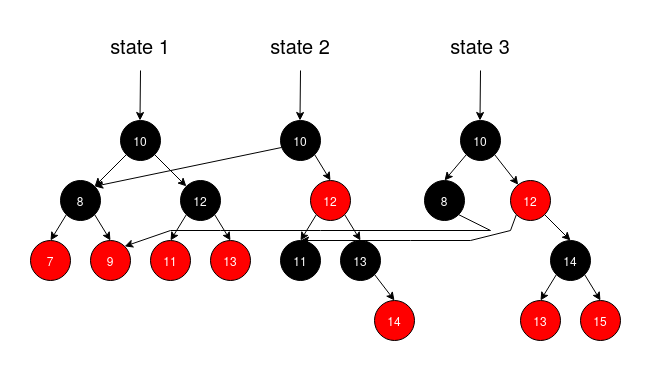
Earlier version of the draw.io export images/不可變紅黑樹.png (MROS/ntu-thesis). Source tidied: cells renumbered, new cells last; positions are measured from the earlier drawing's top-left corner, leaving out a move shared by most shapes. Its diagram source:
```xml
<mxGraphModel>
  <root>
    <mxCell id="0" />
    <mxCell id="1" parent="0" />
    <mxCell id="2" style="rounded=0;jettySize=auto;html=1;exitX=0;exitY=1;exitDx=0;exitDy=0;entryX=1;entryY=0;entryDx=0;entryDy=0;" parent="1" edge="1" source="4" target="7">
      <mxGeometry relative="1" as="geometry" />
    </mxCell>
    <mxCell id="3" style="edgeStyle=none;rounded=0;jettySize=auto;html=1;exitX=1;exitY=1;exitDx=0;exitDy=0;entryX=0;entryY=0;entryDx=0;entryDy=0;" parent="1" edge="1" source="4" target="10">
      <mxGeometry relative="1" as="geometry" />
    </mxCell>
    <mxCell id="4" value="&lt;font color=&quot;#FFFFFF&quot;&gt;10&lt;/font&gt;" style="ellipse;whiteSpace=wrap;html=1;fillColor=#000000;" parent="1" vertex="1">
      <mxGeometry x="90" y="90" width="40" height="40" as="geometry" />
    </mxCell>
    <mxCell id="5" style="edgeStyle=none;rounded=0;jettySize=auto;html=1;exitX=0;exitY=1;exitDx=0;exitDy=0;entryX=0.5;entryY=0;entryDx=0;entryDy=0;" parent="1" edge="1" source="7" target="11">
      <mxGeometry relative="1" as="geometry" />
    </mxCell>
    <mxCell id="6" style="edgeStyle=none;rounded=0;jettySize=auto;html=1;exitX=1;exitY=1;exitDx=0;exitDy=0;entryX=0.5;entryY=0;entryDx=0;entryDy=0;" parent="1" edge="1" source="7" target="12">
      <mxGeometry relative="1" as="geometry" />
    </mxCell>
    <mxCell id="7" value="&lt;font color=&quot;#FFFFFF&quot;&gt;8&lt;/font&gt;" style="ellipse;whiteSpace=wrap;html=1;fillColor=#000000;" parent="1" vertex="1">
      <mxGeometry x="30" y="150" width="40" height="40" as="geometry" />
    </mxCell>
    <mxCell id="8" style="edgeStyle=none;rounded=0;jettySize=auto;html=1;exitX=0;exitY=1;exitDx=0;exitDy=0;entryX=0.5;entryY=0;entryDx=0;entryDy=0;" parent="1" edge="1" source="10" target="13">
      <mxGeometry relative="1" as="geometry" />
    </mxCell>
    <mxCell id="9" style="edgeStyle=none;rounded=0;jettySize=auto;html=1;exitX=1;exitY=1;exitDx=0;exitDy=0;entryX=0.5;entryY=0;entryDx=0;entryDy=0;" parent="1" edge="1" source="10" target="14">
      <mxGeometry relative="1" as="geometry" />
    </mxCell>
    <mxCell id="10" value="&lt;font color=&quot;#FFFFFF&quot;&gt;12&lt;/font&gt;" style="ellipse;whiteSpace=wrap;html=1;fillColor=#000000;" parent="1" vertex="1">
      <mxGeometry x="150" y="150" width="40" height="40" as="geometry" />
    </mxCell>
    <mxCell id="11" value="&lt;font color=&quot;#FFFFFF&quot;&gt;7&lt;/font&gt;" style="ellipse;whiteSpace=wrap;html=1;fillColor=#FF0000;" parent="1" vertex="1">
      <mxGeometry y="210" width="40" height="40" as="geometry" />
    </mxCell>
    <mxCell id="12" value="&lt;font color=&quot;#FFFFFF&quot;&gt;9&lt;/font&gt;" style="ellipse;whiteSpace=wrap;html=1;fillColor=#FF0000;" parent="1" vertex="1">
      <mxGeometry x="60" y="210" width="40" height="40" as="geometry" />
    </mxCell>
    <mxCell id="13" value="&lt;font color=&quot;#FFFFFF&quot;&gt;11&lt;/font&gt;" style="ellipse;whiteSpace=wrap;html=1;fillColor=#FF0000;" parent="1" vertex="1">
      <mxGeometry x="120" y="210" width="40" height="40" as="geometry" />
    </mxCell>
    <mxCell id="14" value="&lt;font color=&quot;#FFFFFF&quot;&gt;13&lt;/font&gt;" style="ellipse;whiteSpace=wrap;html=1;fillColor=#FF0000;" parent="1" vertex="1">
      <mxGeometry x="180" y="210" width="40" height="40" as="geometry" />
    </mxCell>
    <mxCell id="15" style="endArrow=classic;html=1;" parent="1" edge="1">
      <mxGeometry relative="1" as="geometry">
        <mxPoint x="110" y="40" as="sourcePoint" />
        <mxPoint x="109.5" y="90" as="targetPoint" />
      </mxGeometry>
    </mxCell>
    <mxCell id="16" style="edgeStyle=none;rounded=0;jettySize=auto;html=1;exitX=1;exitY=1;exitDx=0;exitDy=0;entryX=0.5;entryY=0;entryDx=0;entryDy=0;" parent="1" edge="1" source="18" target="21">
      <mxGeometry relative="1" as="geometry" />
    </mxCell>
    <mxCell id="17" style="edgeStyle=none;rounded=0;jettySize=auto;html=1;exitX=0.025;exitY=0.675;exitDx=0;exitDy=0;entryX=1;entryY=0;entryDx=0;entryDy=0;exitPerimeter=0;" parent="1" edge="1" source="18" target="7">
      <mxGeometry relative="1" as="geometry" />
    </mxCell>
    <mxCell id="18" value="&lt;font color=&quot;#FFFFFF&quot;&gt;10&lt;/font&gt;" style="ellipse;whiteSpace=wrap;html=1;fillColor=#000000;" parent="1" vertex="1">
      <mxGeometry x="250" y="90" width="40" height="40" as="geometry" />
    </mxCell>
    <mxCell id="19" style="edgeStyle=none;rounded=0;jettySize=auto;html=1;exitX=1;exitY=1;exitDx=0;exitDy=0;entryX=0.5;entryY=0;entryDx=0;entryDy=0;" parent="1" edge="1" source="21" target="23">
      <mxGeometry relative="1" as="geometry" />
    </mxCell>
    <mxCell id="20" style="edgeStyle=none;rounded=0;jettySize=auto;html=1;entryX=0.5;entryY=0;entryDx=0;entryDy=0;exitX=0;exitY=1;exitDx=0;exitDy=0;" parent="1" edge="1" source="21" target="26">
      <mxGeometry relative="1" as="geometry" />
    </mxCell>
    <mxCell id="21" value="&lt;font color=&quot;#FFFFFF&quot;&gt;12&lt;/font&gt;" style="ellipse;whiteSpace=wrap;html=1;fillColor=#FF0000;" parent="1" vertex="1">
      <mxGeometry x="280" y="150" width="40" height="40" as="geometry" />
    </mxCell>
    <mxCell id="22" style="edgeStyle=none;rounded=0;jettySize=auto;html=1;exitX=1;exitY=1;exitDx=0;exitDy=0;entryX=0.5;entryY=0;entryDx=0;entryDy=0;" parent="1" edge="1" source="23" target="25">
      <mxGeometry relative="1" as="geometry" />
    </mxCell>
    <mxCell id="23" value="&lt;font color=&quot;#FFFFFF&quot;&gt;13&lt;/font&gt;" style="ellipse;whiteSpace=wrap;html=1;fillColor=#000000;" parent="1" vertex="1">
      <mxGeometry x="310" y="210" width="40" height="40" as="geometry" />
    </mxCell>
    <mxCell id="24" style="endArrow=classic;html=1;" parent="1" edge="1">
      <mxGeometry relative="1" as="geometry">
        <mxPoint x="270" y="40" as="sourcePoint" />
        <mxPoint x="269.5" y="90" as="targetPoint" />
      </mxGeometry>
    </mxCell>
    <mxCell id="25" value="&lt;font color=&quot;#FFFFFF&quot;&gt;14&lt;/font&gt;" style="ellipse;whiteSpace=wrap;html=1;fillColor=#FF0000;" parent="1" vertex="1">
      <mxGeometry x="344" y="270" width="40" height="40" as="geometry" />
    </mxCell>
    <mxCell id="26" value="&lt;font color=&quot;#FFFFFF&quot;&gt;11&lt;/font&gt;" style="ellipse;whiteSpace=wrap;html=1;fillColor=#000000;" parent="1" vertex="1">
      <mxGeometry x="250" y="210" width="40" height="40" as="geometry" />
    </mxCell>
    <mxCell id="27" style="edgeStyle=none;rounded=0;jettySize=auto;html=1;exitX=0;exitY=1;exitDx=0;exitDy=0;entryX=0.5;entryY=0;entryDx=0;entryDy=0;" parent="1" edge="1" source="29" target="32">
      <mxGeometry relative="1" as="geometry" />
    </mxCell>
    <mxCell id="28" style="edgeStyle=none;rounded=0;jettySize=auto;html=1;exitX=1;exitY=1;exitDx=0;exitDy=0;" parent="1" edge="1" source="29" target="35">
      <mxGeometry relative="1" as="geometry" />
    </mxCell>
    <mxCell id="29" value="&lt;font color=&quot;#FFFFFF&quot;&gt;10&lt;/font&gt;" style="ellipse;whiteSpace=wrap;html=1;fillColor=#000000;" parent="1" vertex="1">
      <mxGeometry x="430" y="90" width="40" height="40" as="geometry" />
    </mxCell>
    <mxCell id="30" style="endArrow=classic;html=1;" parent="1" edge="1">
      <mxGeometry relative="1" as="geometry">
        <mxPoint x="450" y="40" as="sourcePoint" />
        <mxPoint x="449.5" y="90" as="targetPoint" />
      </mxGeometry>
    </mxCell>
    <mxCell id="31" style="edgeStyle=none;rounded=0;jettySize=auto;html=1;exitX=1;exitY=1;exitDx=0;exitDy=0;entryX=1;entryY=0;entryDx=0;entryDy=0;" parent="1" edge="1" source="32" target="12">
      <mxGeometry relative="1" as="geometry">
        <Array as="points">
          <mxPoint x="460" y="200" />
          <mxPoint x="290" y="200" />
          <mxPoint x="190" y="200" />
          <mxPoint x="140" y="200" />
        </Array>
      </mxGeometry>
    </mxCell>
    <mxCell id="32" value="&lt;font color=&quot;#FFFFFF&quot;&gt;8&lt;/font&gt;" style="ellipse;whiteSpace=wrap;html=1;fillColor=#000000;" parent="1" vertex="1">
      <mxGeometry x="394" y="150" width="40" height="40" as="geometry" />
    </mxCell>
    <mxCell id="33" style="edgeStyle=none;rounded=0;jettySize=auto;html=1;exitX=0;exitY=1;exitDx=0;exitDy=0;entryX=0.5;entryY=0;entryDx=0;entryDy=0;" parent="1" edge="1" source="35" target="26">
      <mxGeometry relative="1" as="geometry">
        <Array as="points">
          <mxPoint x="480" y="200" />
          <mxPoint x="440" y="210" />
          <mxPoint x="380" y="210" />
        </Array>
      </mxGeometry>
    </mxCell>
    <mxCell id="34" style="edgeStyle=none;rounded=0;jettySize=auto;html=1;exitX=1;exitY=1;exitDx=0;exitDy=0;entryX=0.5;entryY=0;entryDx=0;entryDy=0;" parent="1" edge="1" source="35" target="39">
      <mxGeometry relative="1" as="geometry" />
    </mxCell>
    <mxCell id="35" value="&lt;font color=&quot;#FFFFFF&quot;&gt;12&lt;/font&gt;" style="ellipse;whiteSpace=wrap;html=1;fillColor=#FF0000;" parent="1" vertex="1">
      <mxGeometry x="480" y="150" width="40" height="40" as="geometry" />
    </mxCell>
    <mxCell id="36" value="&lt;font color=&quot;#FFFFFF&quot;&gt;13&lt;/font&gt;" style="ellipse;whiteSpace=wrap;html=1;fillColor=#FF0000;" parent="1" vertex="1">
      <mxGeometry x="490" y="270" width="40" height="40" as="geometry" />
    </mxCell>
    <mxCell id="37" style="edgeStyle=none;rounded=0;jettySize=auto;html=1;exitX=1;exitY=1;exitDx=0;exitDy=0;entryX=0.5;entryY=0;entryDx=0;entryDy=0;" parent="1" edge="1" source="39" target="40">
      <mxGeometry relative="1" as="geometry" />
    </mxCell>
    <mxCell id="38" style="edgeStyle=none;rounded=0;jettySize=auto;html=1;exitX=0;exitY=1;exitDx=0;exitDy=0;entryX=0.5;entryY=0;entryDx=0;entryDy=0;" parent="1" edge="1" source="39" target="36">
      <mxGeometry relative="1" as="geometry" />
    </mxCell>
    <mxCell id="39" value="&lt;font color=&quot;#FFFFFF&quot;&gt;14&lt;/font&gt;" style="ellipse;whiteSpace=wrap;html=1;fillColor=#000000;" parent="1" vertex="1">
      <mxGeometry x="520" y="210" width="40" height="40" as="geometry" />
    </mxCell>
    <mxCell id="40" value="&lt;font color=&quot;#FFFFFF&quot;&gt;15&lt;/font&gt;" style="ellipse;whiteSpace=wrap;html=1;fillColor=#FF0000;" parent="1" vertex="1">
      <mxGeometry x="550" y="270" width="40" height="40" as="geometry" />
    </mxCell>
    <mxCell id="41" value="&lt;font style=&quot;font-size: 20px&quot;&gt;state 1&lt;/font&gt;" style="text;html=1;strokeColor=none;fillColor=none;align=center;verticalAlign=middle;whiteSpace=wrap;rounded=0;" parent="1" vertex="1">
      <mxGeometry x="70" width="80" height="30" as="geometry" />
    </mxCell>
    <mxCell id="42" value="&lt;font style=&quot;font-size: 20px&quot;&gt;state 2&lt;br&gt;&lt;/font&gt;" style="text;html=1;strokeColor=none;fillColor=none;align=center;verticalAlign=middle;whiteSpace=wrap;rounded=0;" parent="1" vertex="1">
      <mxGeometry x="230" width="80" height="30" as="geometry" />
    </mxCell>
    <mxCell id="43" value="&lt;font style=&quot;font-size: 20px&quot;&gt;state 3&lt;br&gt;&lt;/font&gt;" style="text;html=1;strokeColor=none;fillColor=none;align=center;verticalAlign=middle;whiteSpace=wrap;rounded=0;" parent="1" vertex="1">
      <mxGeometry x="410" width="80" height="30" as="geometry" />
    </mxCell>
  </root>
</mxGraphModel>
```
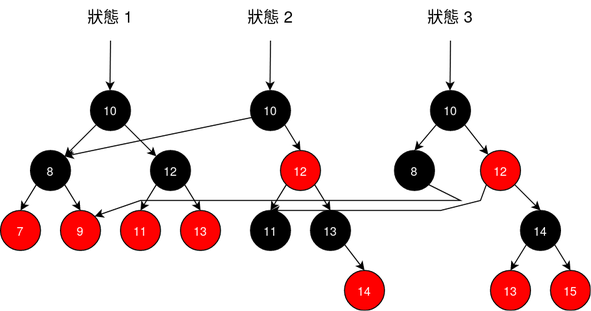
After the commit.

Diff of the diagram source:
```diff
@@ -141,13 +141,13 @@
     <mxCell id="40" value="&lt;font color=&quot;#FFFFFF&quot;&gt;15&lt;/font&gt;" style="ellipse;whiteSpace=wrap;html=1;fillColor=#FF0000;" parent="1" vertex="1">
       <mxGeometry x="550" y="270" width="40" height="40" as="geometry" />
     </mxCell>
-    <mxCell id="41" value="&lt;font style=&quot;font-size: 20px&quot;&gt;state 1&lt;/font&gt;" style="text;html=1;strokeColor=none;fillColor=none;align=center;verticalAlign=middle;whiteSpace=wrap;rounded=0;" parent="1" vertex="1">
+    <mxCell id="41" value="&lt;font style=&quot;font-size: 16px&quot;&gt;狀態 1&lt;/font&gt;" style="text;html=1;strokeColor=none;fillColor=none;align=center;verticalAlign=middle;whiteSpace=wrap;rounded=0;" parent="1" vertex="1">
       <mxGeometry x="70" width="80" height="30" as="geometry" />
     </mxCell>
-    <mxCell id="42" value="&lt;font style=&quot;font-size: 20px&quot;&gt;state 2&lt;br&gt;&lt;/font&gt;" style="text;html=1;strokeColor=none;fillColor=none;align=center;verticalAlign=middle;whiteSpace=wrap;rounded=0;" parent="1" vertex="1">
+    <mxCell id="42" value="&lt;font style=&quot;font-size: 16px&quot;&gt;狀態 2&lt;br&gt;&lt;/font&gt;" style="text;html=1;strokeColor=none;fillColor=none;align=center;verticalAlign=middle;whiteSpace=wrap;rounded=0;" parent="1" vertex="1">
       <mxGeometry x="230" width="80" height="30" as="geometry" />
     </mxCell>
-    <mxCell id="43" value="&lt;font style=&quot;font-size: 20px&quot;&gt;state 3&lt;br&gt;&lt;/font&gt;" style="text;html=1;strokeColor=none;fillColor=none;align=center;verticalAlign=middle;whiteSpace=wrap;rounded=0;" parent="1" vertex="1">
+    <mxCell id="43" value="&lt;font style=&quot;font-size: 16px&quot;&gt;狀態&lt;font style=&quot;font-size: 16px&quot;&gt; 3&lt;br&gt;&lt;/font&gt;&lt;/font&gt;" style="text;html=1;strokeColor=none;fillColor=none;align=center;verticalAlign=middle;whiteSpace=wrap;rounded=0;" parent="1" vertex="1">
       <mxGeometry x="410" width="80" height="30" as="geometry" />
     </mxCell>
   </root>
```
